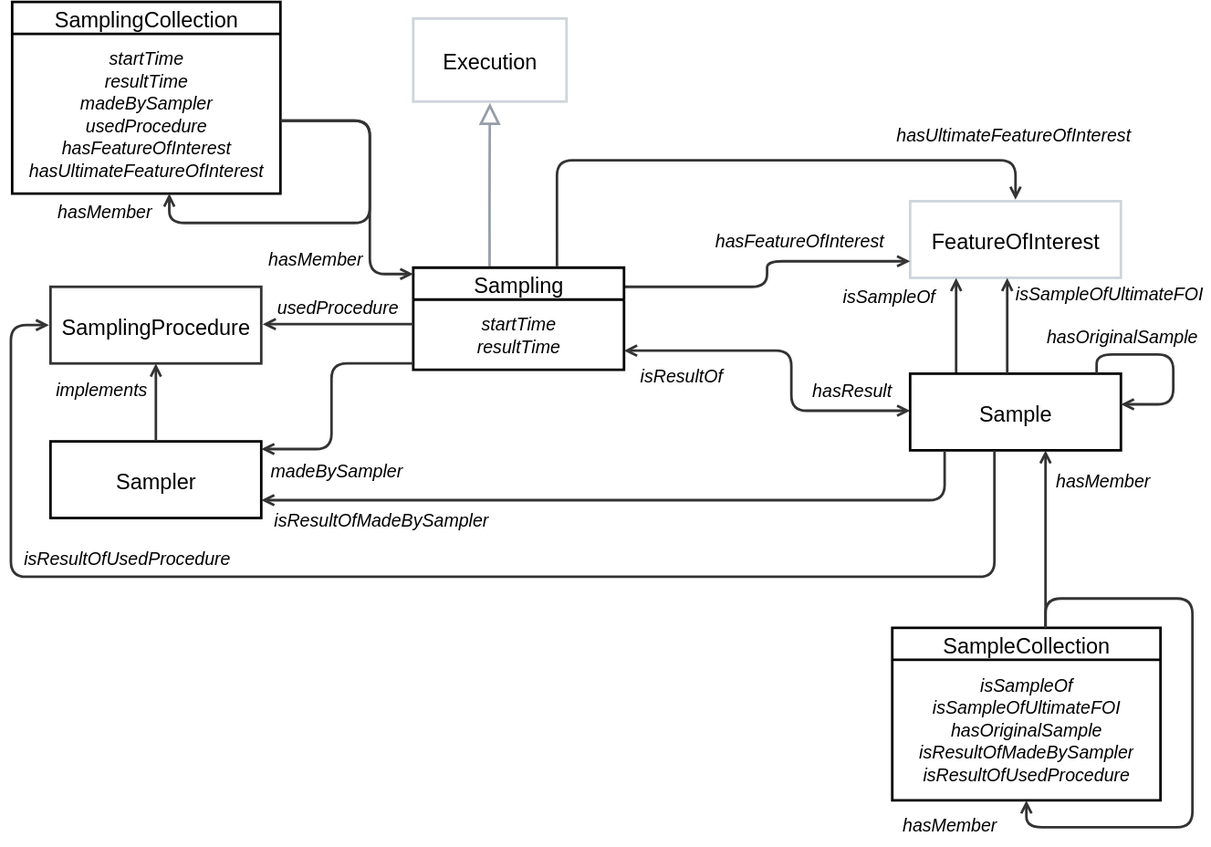
This is ssn/images/Sampling.svg from afeliachi/sdw-sosa-ssn, a draw.io export, as it was before one commit. Source tidied: cells renumbered, new cells last; positions are measured from the earlier drawing's top-left corner, leaving out a move shared by most shapes.
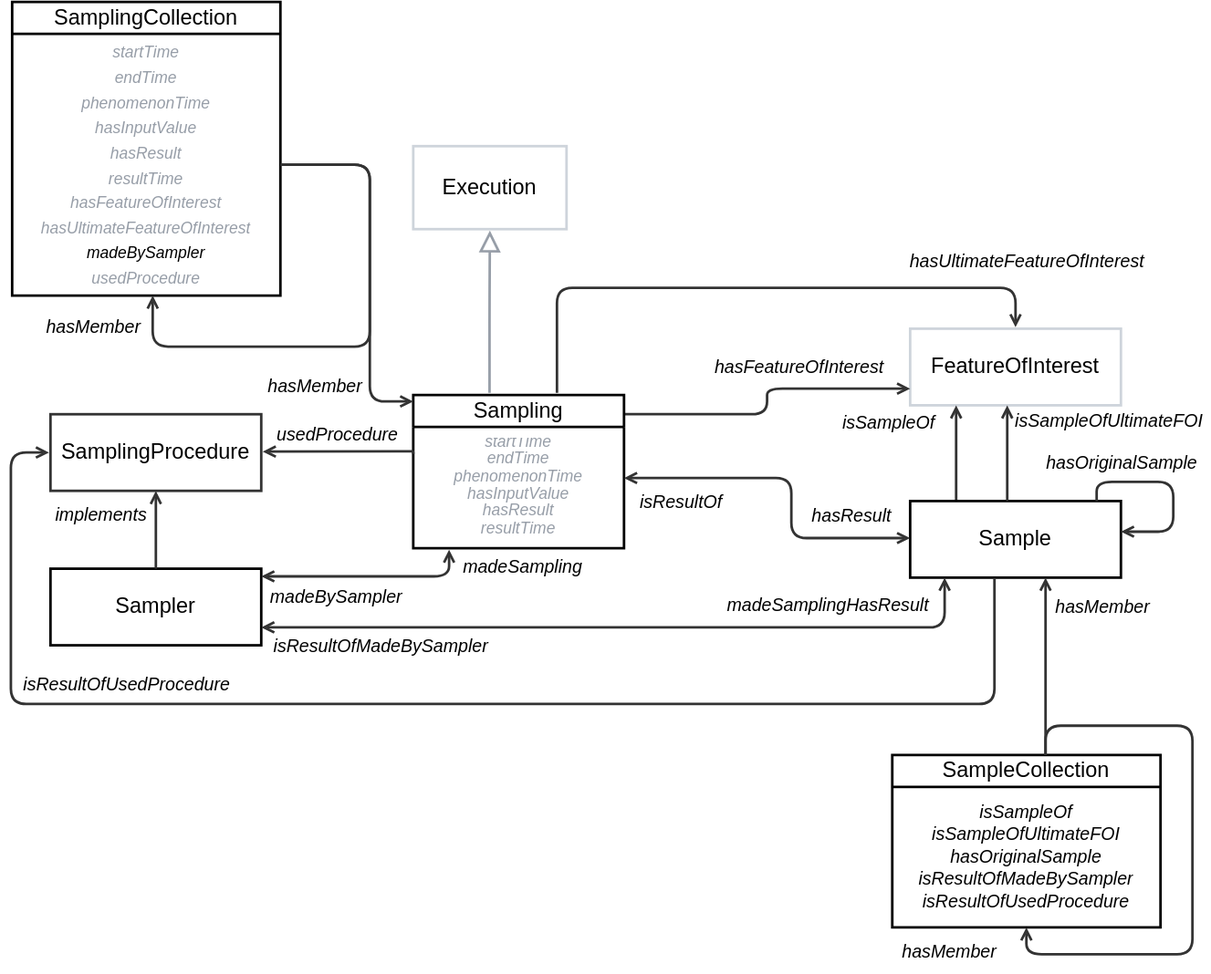
Later version of the same file.

Commit message:
black/grey for defined in/outside module, add some inverse properties

Change to the diagram source:
```diff
@@ -23,29 +23,29 @@
       <mxGeometry x="545" y="171" width="145" height="30" as="geometry" />
     </mxCell>
     <mxCell id="7" value="Sampling" style="html=1;overflow=block;blockSpacing=1;swimlane;horizontal=1;fontStyle=0;swimlaneFillColor=none;startSize=25;whiteSpace=wrap;fontSize=16.8;align=center;spacing=0;strokeOpacity=100;fillColor=none;strokeWidth=2;fontColor=default;convertToSvg=1;" parent="1" vertex="1">
-      <mxGeometry x="315" y="208" width="165" height="80" as="geometry" />
+      <mxGeometry x="315" y="208" width="165" height="120" as="geometry" />
     </mxCell>
-    <mxCell id="8" value="&lt;div style=&quot;display: flex; justify-content: center; text-align: center; align-items: baseline; line-height: 1.25; margin-top: -2px;&quot;&gt;&lt;span style=&quot;font-style: italic;&quot;&gt;&lt;font style=&quot;font-size: 14px;&quot;&gt;startTime&lt;br&gt;&lt;/font&gt;&lt;/span&gt;&lt;/div&gt;&lt;div style=&quot;display: flex; justify-content: center; text-align: center; align-items: baseline; line-height: 1.25; margin-top: -2px;&quot;&gt;&lt;span style=&quot;font-style: italic;&quot;&gt;&lt;font style=&quot;font-size: 14px;&quot;&gt;resultTime&lt;/font&gt;&lt;/span&gt;&lt;/div&gt;" style="html=1;strokeColor=none;fillColor=none;verticalAlign=middle;spacingLeft=4;spacingRight=4;overflow=hidden;points=[[0,0.5],[1,0.5]];portConstraint=eastwest;swimlaneFillColor=#unset;strokeOpacity=100;whiteSpace=wrap;fontSize=15.2;fontStyle=2;align=center;fontColor=default;strokeWidth=2;convertToSvg=1;" parent="7" vertex="1">
-      <mxGeometry y="25" width="165" height="55" as="geometry" />
+    <mxCell id="8" value="&lt;div style=&quot;display: flex; justify-content: center; text-align: center; align-items: baseline; line-height: 1.25; margin-top: -2px;&quot;&gt;&lt;span style=&quot;font-style: italic;&quot;&gt;&lt;div style=&quot;border-color: var(--border-color); font-size: 12.5px; display: flex; justify-content: center; align-items: baseline; line-height: 1.25; margin-top: -2px;&quot;&gt;&lt;font style=&quot;border-color: var(--border-color);&quot;&gt;&lt;font style=&quot;border-color: var(--border-color);&quot; color=&quot;#979ea8&quot;&gt;startTime&lt;/font&gt;&lt;/font&gt;&lt;/div&gt;&lt;div style=&quot;border-color: var(--border-color); font-size: 12.5px; display: flex; justify-content: center; align-items: baseline; line-height: 1.25; margin-top: -2px;&quot;&gt;&lt;font style=&quot;border-color: var(--border-color);&quot;&gt;&lt;font style=&quot;border-color: var(--border-color);&quot; color=&quot;#979ea8&quot;&gt;endTime&lt;/font&gt;&lt;/font&gt;&lt;/div&gt;&lt;div style=&quot;border-color: var(--border-color); font-size: 12.5px; display: flex; justify-content: center; align-items: baseline; line-height: 1.25; margin-top: -2px;&quot;&gt;&lt;font style=&quot;border-color: var(--border-color);&quot;&gt;&lt;font style=&quot;border-color: var(--border-color);&quot; color=&quot;#979ea8&quot;&gt;phenomenonTime&lt;/font&gt;&lt;/font&gt;&lt;/div&gt;&lt;div style=&quot;border-color: var(--border-color); font-size: 12.5px; display: flex; justify-content: center; align-items: baseline; line-height: 1.25; margin-top: -2px;&quot;&gt;&lt;font style=&quot;border-color: var(--border-color);&quot;&gt;&lt;font style=&quot;border-color: var(--border-color);&quot; color=&quot;#979ea8&quot;&gt;hasInputValue&lt;/font&gt;&lt;/font&gt;&lt;/div&gt;&lt;div style=&quot;border-color: var(--border-color); font-size: 12.5px; display: flex; justify-content: center; align-items: baseline; line-height: 1.25; margin-top: -2px;&quot;&gt;&lt;font style=&quot;border-color: var(--border-color);&quot;&gt;&lt;font style=&quot;border-color: var(--border-color);&quot; color=&quot;#979ea8&quot;&gt;hasResult&lt;/font&gt;&lt;/font&gt;&lt;/div&gt;&lt;div style=&quot;border-color: var(--border-color); font-size: 12.5px; display: flex; justify-content: center; align-items: baseline; line-height: 1.25; margin-top: -2px;&quot;&gt;&lt;font style=&quot;border-color: var(--border-color);&quot;&gt;&lt;font style=&quot;border-color: var(--border-color);&quot; color=&quot;#979ea8&quot;&gt;resultTime&lt;/font&gt;&lt;/font&gt;&lt;/div&gt;&lt;/span&gt;&lt;/div&gt;" style="html=1;strokeColor=none;fillColor=none;verticalAlign=middle;spacingLeft=4;spacingRight=4;overflow=hidden;points=[[0,0.5],[1,0.5]];portConstraint=eastwest;swimlaneFillColor=#unset;strokeOpacity=100;whiteSpace=wrap;fontSize=15.2;fontStyle=2;align=center;fontColor=default;strokeWidth=2;convertToSvg=1;" parent="7" vertex="1">
+      <mxGeometry y="25" width="165" height="95" as="geometry" />
     </mxCell>
     <mxCell id="9" value="Sampler" style="html=1;overflow=block;blockSpacing=1;whiteSpace=wrap;fontSize=16.8;align=center;spacing=0;strokeOpacity=100;fillColor=none;strokeWidth=2;fontColor=default;convertToSvg=1;" parent="1" vertex="1">
       <mxGeometry x="31" y="344" width="165" height="60" as="geometry" />
     </mxCell>
-    <mxCell id="10" style="html=1;jettySize=18;whiteSpace=wrap;fontSize=13;strokeColor=#333333;strokeOpacity=100;strokeWidth=2;rounded=1;arcSize=24;edgeStyle=orthogonalEdgeStyle;startArrow=none;endArrow=open;lucidId=pEnhoM4dJrAu;fontColor=default;convertToSvg=1;" parent="1" edge="1" source="8" target="9">
+    <mxCell id="10" style="html=1;jettySize=18;whiteSpace=wrap;fontSize=13;strokeColor=#333333;strokeOpacity=100;strokeWidth=2;rounded=1;arcSize=24;edgeStyle=orthogonalEdgeStyle;startArrow=open;endArrow=open;lucidId=pEnhoM4dJrAu;fontColor=default;convertToSvg=1;exitX=0.17;exitY=1.011;exitDx=0;exitDy=0;exitPerimeter=0;startFill=0;" parent="1" edge="1" source="8" target="9">
       <mxGeometry relative="1" as="geometry">
         <Array as="points">
-          <mxPoint x="251" y="283" />
-          <mxPoint x="251" y="350" />
+          <mxPoint x="343" y="350" />
         </Array>
       </mxGeometry>
     </mxCell>
     <mxCell id="11" value="madeBySampler" style="html=1;overflow=block;blockSpacing=1;whiteSpace=wrap;fontSize=14;fontColor=default;fontStyle=2;align=center;spacing=0;strokeColor=none;strokeOpacity=100;fillOpacity=100;fillColor=none;strokeWidth=2;lucidId=REnh4P5LXUKC;convertToSvg=1;" parent="1" vertex="1">
       <mxGeometry x="195" y="351" width="120" height="30" as="geometry" />
     </mxCell>
-    <mxCell id="12" style="html=1;jettySize=18;whiteSpace=wrap;fontSize=13;strokeColor=#333333;strokeOpacity=100;strokeWidth=2;rounded=1;arcSize=24;edgeStyle=orthogonalEdgeStyle;startArrow=none;endArrow=open;exitX=-0.007;exitY=0.552;exitPerimeter=0;entryX=1.007;entryY=0.488;entryPerimeter=0;lucidId=_EnhHLSaz8x5;fontColor=default;convertToSvg=1;" parent="1" edge="1" source="7" target="4">
+    <mxCell id="12" style="html=1;jettySize=18;whiteSpace=wrap;fontSize=13;strokeColor=#333333;strokeOpacity=100;strokeWidth=2;rounded=1;arcSize=24;edgeStyle=orthogonalEdgeStyle;startArrow=none;endArrow=open;exitX=0;exitY=0.223;exitPerimeter=0;entryX=1.007;entryY=0.488;entryPerimeter=0;lucidId=_EnhHLSaz8x5;fontColor=default;convertToSvg=1;exitDx=0;exitDy=0;" parent="1" edge="1" source="8" target="4">
       <mxGeometry relative="1" as="geometry">
         <Array as="points">
           <mxPoint x="315" y="252" />
+          <mxPoint x="314" y="252" />
         </Array>
       </mxGeometry>
     </mxCell>
@@ -108,7 +108,7 @@
         </Array>
       </mxGeometry>
     </mxCell>
-    <mxCell id="24" style="html=1;jettySize=18;whiteSpace=wrap;fontSize=13;strokeColor=#333333;strokeOpacity=100;strokeWidth=2;rounded=1;arcSize=24;edgeStyle=orthogonalEdgeStyle;startArrow=none;endArrow=open;lucidId=gfphoZjZqC1A;fontColor=default;convertToSvg=1;" parent="1" edge="1" source="15" target="9">
+    <mxCell id="24" style="html=1;jettySize=18;whiteSpace=wrap;fontSize=13;strokeColor=#333333;strokeOpacity=100;strokeWidth=2;rounded=1;arcSize=24;edgeStyle=orthogonalEdgeStyle;startArrow=open;endArrow=open;lucidId=gfphoZjZqC1A;fontColor=default;convertToSvg=1;startFill=0;" parent="1" edge="1" source="15" target="9">
       <mxGeometry relative="1" as="geometry">
         <Array as="points">
           <mxPoint x="731" y="390" />
@@ -176,33 +176,39 @@
       <mxGeometry x="21" y="288" width="100" height="28.5" as="geometry" />
     </mxCell>
     <mxCell id="39" value="SamplingCollection" style="html=1;overflow=block;blockSpacing=1;swimlane;horizontal=1;fontStyle=0;swimlaneFillColor=none;startSize=25;whiteSpace=wrap;fontSize=16.8;align=center;spacing=0;strokeOpacity=100;fillColor=none;strokeWidth=2;fontColor=default;convertToSvg=1;" parent="1" vertex="1">
-      <mxGeometry x="1" width="210" height="150" as="geometry" />
+      <mxGeometry x="1" y="-100" width="210" height="230" as="geometry" />
     </mxCell>
-    <mxCell id="40" value="&lt;div style=&quot;display: flex; justify-content: center; text-align: center; align-items: baseline; line-height: 1.25; margin-top: -2px;&quot;&gt;&lt;span style=&quot;font-style: italic;&quot;&gt;&lt;font style=&quot;font-size: 14px;&quot;&gt;startTime&lt;br&gt;&lt;/font&gt;&lt;/span&gt;&lt;/div&gt;&lt;div style=&quot;display: flex; justify-content: center; text-align: center; align-items: baseline; line-height: 1.25; margin-top: -2px;&quot;&gt;&lt;span&gt;&lt;span style=&quot;font-style: italic;&quot;&gt;&lt;font style=&quot;font-size: 14px;&quot;&gt;resultTime&lt;br&gt;&lt;/font&gt;&lt;/span&gt;&lt;/span&gt;&lt;/div&gt;&lt;div style=&quot;display: flex; justify-content: center; text-align: center; align-items: baseline; line-height: 1.25; margin-top: -2px;&quot;&gt;&lt;span&gt;&lt;span style=&quot;font-style: italic;&quot;&gt;&lt;font style=&quot;font-size: 14px;&quot;&gt;madeBySampler&lt;br&gt;&lt;/font&gt;&lt;/span&gt;&lt;/span&gt;&lt;/div&gt;&lt;div style=&quot;display: flex; justify-content: center; text-align: center; align-items: baseline; line-height: 1.25; margin-top: -2px;&quot;&gt;&lt;span&gt;&lt;span style=&quot;font-style: italic;&quot;&gt;&lt;font style=&quot;font-size: 14px;&quot;&gt;usedProcedure&lt;br&gt;&lt;/font&gt;&lt;/span&gt;&lt;/span&gt;&lt;/div&gt;&lt;div style=&quot;display: flex; justify-content: center; text-align: center; align-items: baseline; line-height: 1.25; margin-top: -2px;&quot;&gt;&lt;span&gt;&lt;span style=&quot;font-style: italic;&quot;&gt;&lt;font style=&quot;font-size: 14px;&quot;&gt;hasFeatureOfInterest&lt;br&gt;&lt;/font&gt;&lt;/span&gt;&lt;/span&gt;&lt;/div&gt;&lt;div style=&quot;display: flex; justify-content: center; text-align: center; align-items: baseline; line-height: 1.25; margin-top: -2px;&quot;&gt;&lt;span style=&quot;font-style: italic;&quot;&gt;&lt;font style=&quot;font-size: 14px;&quot;&gt;hasUltimateFeatureOfInterest&lt;/font&gt;&lt;/span&gt;&lt;/div&gt;" style="html=1;strokeColor=none;fillColor=none;verticalAlign=middle;spacingLeft=4;spacingRight=4;overflow=hidden;points=[[0,0.5],[1,0.5]];portConstraint=eastwest;swimlaneFillColor=#unset;strokeOpacity=100;whiteSpace=wrap;fontSize=15.2;fontStyle=2;align=center;fontColor=default;strokeWidth=2;convertToSvg=1;" parent="39" vertex="1">
-      <mxGeometry y="25" width="210" height="125" as="geometry" />
+    <mxCell id="40" value="&lt;div style=&quot;display: flex; justify-content: center; text-align: center; align-items: baseline; line-height: 1.25; margin-top: -2px;&quot;&gt;&lt;span style=&quot;font-style: italic;&quot;&gt;&lt;font style=&quot;border-color: var(--border-color); font-size: 12.5px;&quot; color=&quot;#979ea8&quot;&gt;startTime&lt;br style=&quot;border-color: var(--border-color); padding: 0px; margin: 0px;&quot;&gt;endTime&lt;br style=&quot;border-color: var(--border-color); padding: 0px; margin: 0px;&quot;&gt;phenomenonTime&lt;br style=&quot;border-color: var(--border-color); padding: 0px; margin: 0px;&quot;&gt;&lt;span style=&quot;border-color: var(--border-color);&quot;&gt;hasInputValue&lt;/span&gt;&lt;br style=&quot;border-color: var(--border-color); padding: 0px; margin: 0px;&quot;&gt;&lt;span style=&quot;border-color: var(--border-color);&quot;&gt;hasResult&lt;/span&gt;&lt;br style=&quot;border-color: var(--border-color); padding: 0px; margin: 0px;&quot;&gt;&lt;span style=&quot;border-color: var(--border-color);&quot;&gt;resultTime&lt;/span&gt;&lt;br style=&quot;border-color: var(--border-color); padding: 0px; margin: 0px;&quot;&gt;&lt;span style=&quot;border-color: var(--border-color);&quot;&gt;hasFeatureOfInterest&lt;/span&gt;&lt;br style=&quot;border-color: var(--border-color); padding: 0px; margin: 0px;&quot;&gt;&lt;span style=&quot;border-color: var(--border-color);&quot;&gt;hasUltimateFeatureOfInterest&lt;/span&gt;&lt;/font&gt;&lt;br style=&quot;border-color: var(--border-color); font-size: 12.5px; padding: 0px; margin: 0px;&quot;&gt;&lt;span style=&quot;border-color: var(--border-color); font-size: 12.5px;&quot;&gt;madeBySampler&lt;br style=&quot;border-color: var(--border-color);&quot;&gt;&lt;/span&gt;&lt;span style=&quot;border-color: var(--border-color); font-size: 12.5px; background-color: initial; color: rgb(151, 158, 168);&quot;&gt;usedProcedure&lt;/span&gt;&lt;br&gt;&lt;/span&gt;&lt;/div&gt;" style="html=1;strokeColor=none;fillColor=none;verticalAlign=middle;spacingLeft=4;spacingRight=4;overflow=hidden;points=[[0,0.5],[1,0.5]];portConstraint=eastwest;swimlaneFillColor=#unset;strokeOpacity=100;whiteSpace=wrap;fontSize=15.2;fontStyle=2;align=center;fontColor=default;strokeWidth=2;convertToSvg=1;" parent="39" vertex="1">
+      <mxGeometry y="25" width="210" height="205" as="geometry" />
     </mxCell>
-    <mxCell id="41" style="html=1;jettySize=18;whiteSpace=wrap;fontSize=13;strokeColor=#333333;strokeOpacity=100;strokeWidth=2;rounded=1;arcSize=24;edgeStyle=orthogonalEdgeStyle;startArrow=none;endArrow=open;lucidId=G53zkM3rOr.v;fontColor=default;convertToSvg=1;" parent="39" edge="1" source="40" target="40">
+    <mxCell id="41" style="html=1;jettySize=18;whiteSpace=wrap;fontSize=13;strokeColor=#333333;strokeOpacity=100;strokeWidth=2;rounded=1;arcSize=24;edgeStyle=orthogonalEdgeStyle;startArrow=none;endArrow=open;lucidId=G53zkM3rOr.v;fontColor=default;convertToSvg=1;entryX=0.524;entryY=1;entryDx=0;entryDy=0;entryPerimeter=0;exitX=1;exitY=0.5;exitDx=0;exitDy=0;" parent="39" edge="1" source="40" target="40">
       <mxGeometry relative="1" as="geometry">
         <Array as="points">
-          <mxPoint x="280" y="93" />
-          <mxPoint x="280" y="173" />
-          <mxPoint x="123" y="173" />
+          <mxPoint x="280" y="128" />
+          <mxPoint x="280" y="270" />
+          <mxPoint x="110" y="270" />
         </Array>
       </mxGeometry>
     </mxCell>
-    <mxCell id="42" style="html=1;jettySize=18;whiteSpace=wrap;fontSize=13;strokeColor=#333333;strokeOpacity=100;strokeWidth=2;rounded=1;arcSize=24;edgeStyle=orthogonalEdgeStyle;startArrow=none;endArrow=open;lucidId=v53zamzGn6ht;fontColor=default;convertToSvg=1;" parent="1" edge="1" source="40" target="7">
+    <mxCell id="42" style="html=1;jettySize=18;whiteSpace=wrap;fontSize=13;strokeColor=#333333;strokeOpacity=100;strokeWidth=2;rounded=1;arcSize=24;edgeStyle=orthogonalEdgeStyle;startArrow=none;endArrow=open;lucidId=v53zamzGn6ht;fontColor=default;convertToSvg=1;exitX=1;exitY=0.5;exitDx=0;exitDy=0;" parent="1" edge="1" source="40" target="7">
       <mxGeometry relative="1" as="geometry">
         <Array as="points">
-          <mxPoint x="281" y="93" />
+          <mxPoint x="281" y="28" />
           <mxPoint x="281" y="213" />
         </Array>
       </mxGeometry>
     </mxCell>
     <mxCell id="43" value="hasMember" style="html=1;overflow=block;blockSpacing=1;whiteSpace=wrap;fontSize=14;fontStyle=2;align=center;spacing=0;strokeColor=none;strokeOpacity=100;fillOpacity=100;fillColor=none;strokeWidth=2;lucidId=x73zndSx-arM;fontColor=default;convertToSvg=1;" parent="1" vertex="1">
-      <mxGeometry x="28.5" y="148" width="90" height="30" as="geometry" />
+      <mxGeometry x="20" y="140" width="90" height="30" as="geometry" />
     </mxCell>
     <mxCell id="44" value="hasMember" style="html=1;overflow=block;blockSpacing=1;whiteSpace=wrap;fontSize=14;fontStyle=2;align=center;spacing=0;strokeColor=none;strokeOpacity=100;fillOpacity=100;fillColor=none;strokeWidth=2;lucidId=JrX~n1LfNIeu;fontColor=default;convertToSvg=1;" parent="1" vertex="1">
       <mxGeometry x="191" y="185" width="95" height="31" as="geometry" />
     </mxCell>
+    <mxCell id="45" value="madeSampling" style="html=1;overflow=block;blockSpacing=1;whiteSpace=wrap;fontSize=14;fontColor=default;fontStyle=2;align=center;spacing=0;strokeColor=none;strokeOpacity=100;fillOpacity=100;fillColor=none;strokeWidth=2;lucidId=REnh4P5LXUKC;convertToSvg=1;" parent="1" vertex="1">
+      <mxGeometry x="341" y="328" width="120" height="30" as="geometry" />
+    </mxCell>
+    <mxCell id="46" value="madeSamplingHasResult" style="html=1;overflow=block;blockSpacing=1;whiteSpace=wrap;fontSize=14;fontColor=default;fontStyle=2;align=center;spacing=0;strokeColor=none;strokeOpacity=100;fillOpacity=100;fillColor=none;strokeWidth=2;lucidId=Dfph8mNDzevs;convertToSvg=1;" parent="1" vertex="1">
+      <mxGeometry x="545" y="358" width="190" height="30" as="geometry" />
+    </mxCell>
   </root>
 </mxGraphModel>
```
